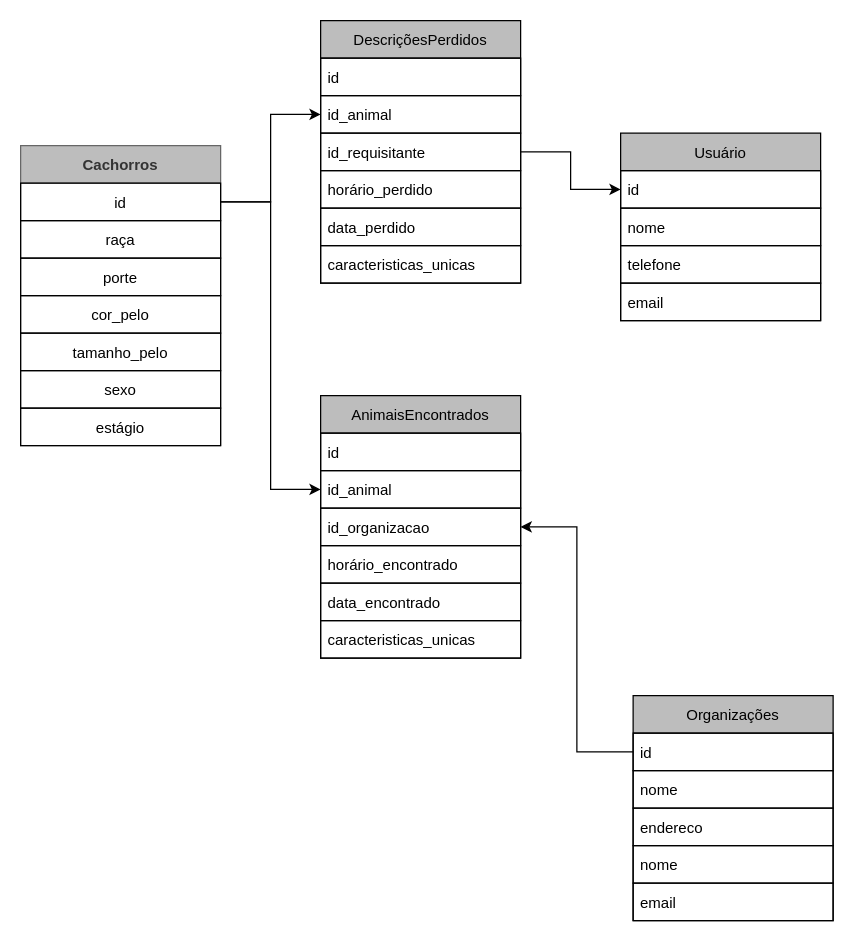
Before: Data model.drawio in mdutras/Auchou-backend, a draw.io diagram. Source tidied: cells renumbered, new cells numbered last; positions are measured from the earlier drawing's top-left corner, leaving out a move shared by most shapes. Both pictures are drawn from the tidied source at 125%, with x=0, y=0 at pixel (20, 20).
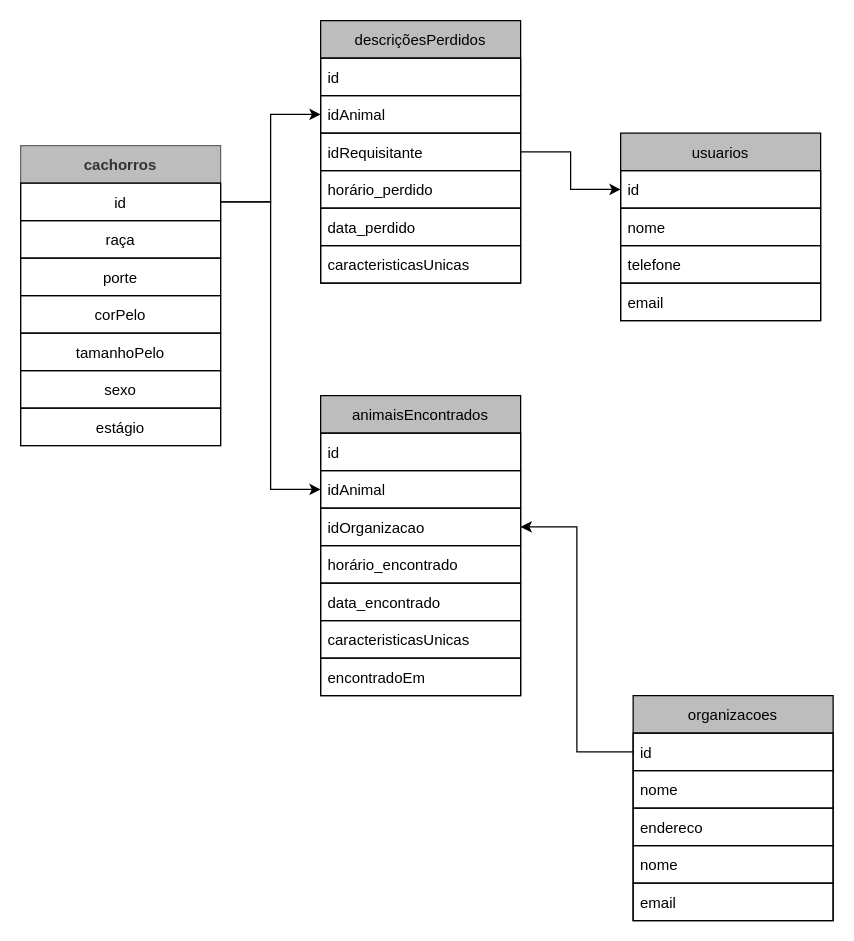
Above is the later version.

The edit, as a diff of the source:
```diff
@@
-    <mxCell id="2" value="Cachorros" style="swimlane;fontStyle=1;horizontal=1;startSize=30;fillColor=#BDBDBD;fontColor=#333333;strokeColor=#666666;gradientColor=none;" parent="1" vertex="1">
+    <mxCell id="2" value="cachorros" style="swimlane;fontStyle=1;horizontal=1;startSize=30;fillColor=#BDBDBD;fontColor=#333333;strokeColor=#666666;gradientColor=none;" parent="1" vertex="1">
       <mxGeometry y="100" width="160" height="240" as="geometry" />
     </mxCell>
@@
-    <mxCell id="6" value="cor_pelo" style="text;strokeColor=default;fillColor=none;align=center;verticalAlign=middle;spacingLeft=4;spacingRight=4;overflow=hidden;" parent="2" vertex="1">
+    <mxCell id="6" value="corPelo" style="text;strokeColor=default;fillColor=none;align=center;verticalAlign=middle;spacingLeft=4;spacingRight=4;overflow=hidden;" parent="2" vertex="1">
       <mxGeometry y="120" width="160" height="30" as="geometry" />
     </mxCell>
-    <mxCell id="7" value="tamanho_pelo" style="text;strokeColor=default;fillColor=none;align=center;verticalAlign=middle;spacingLeft=4;spacingRight=4;overflow=hidden;" parent="2" vertex="1">
+    <mxCell id="7" value="tamanhoPelo" style="text;strokeColor=default;fillColor=none;align=center;verticalAlign=middle;spacingLeft=4;spacingRight=4;overflow=hidden;" parent="2" vertex="1">
       <mxGeometry y="150" width="160" height="30" as="geometry" />
     </mxCell>
@@
-    <mxCell id="10" value="Usuário" style="swimlane;fontStyle=0;horizontal=1;startSize=30;strokeColor=default;fillColor=#BDBDBD;gradientColor=none;" parent="1" vertex="1">
+    <mxCell id="10" value="usuarios" style="swimlane;fontStyle=0;horizontal=1;startSize=30;strokeColor=default;fillColor=#BDBDBD;gradientColor=none;" parent="1" vertex="1">
       <mxGeometry x="480" y="90" width="160" height="150" as="geometry" />
     </mxCell>
@@
-    <mxCell id="16" value="DescriçõesPerdidos" style="swimlane;fontStyle=0;horizontal=1;startSize=30;strokeColor=default;fillColor=#BDBDBD;gradientColor=none;" parent="1" vertex="1">
+    <mxCell id="16" value="descriçõesPerdidos" style="swimlane;fontStyle=0;horizontal=1;startSize=30;strokeColor=default;fillColor=#BDBDBD;gradientColor=none;" parent="1" vertex="1">
       <mxGeometry x="240" width="160" height="210" as="geometry" />
     </mxCell>
@@
-    <mxCell id="18" value="id_animal" style="text;strokeColor=default;fillColor=none;align=left;verticalAlign=middle;spacingLeft=4;spacingRight=4;overflow=hidden;points=[[0,0.5],[1,0.5]];portConstraint=eastwest;" parent="16" vertex="1">
+    <mxCell id="18" value="idAnimal" style="text;strokeColor=default;fillColor=none;align=left;verticalAlign=middle;spacingLeft=4;spacingRight=4;overflow=hidden;points=[[0,0.5],[1,0.5]];portConstraint=eastwest;" parent="16" vertex="1">
       <mxGeometry y="60" width="160" height="30" as="geometry" />
     </mxCell>
-    <mxCell id="19" value="id_requisitante" style="text;strokeColor=default;fillColor=none;align=left;verticalAlign=middle;spacingLeft=4;spacingRight=4;overflow=hidden;" parent="16" vertex="1">
+    <mxCell id="19" value="idRequisitante" style="text;strokeColor=default;fillColor=none;align=left;verticalAlign=middle;spacingLeft=4;spacingRight=4;overflow=hidden;" parent="16" vertex="1">
       <mxGeometry y="90" width="160" height="30" as="geometry" />
     </mxCell>
@@
-    <mxCell id="22" value="caracteristicas_unicas" style="text;strokeColor=default;fillColor=none;align=left;verticalAlign=middle;spacingLeft=4;spacingRight=4;overflow=hidden;" parent="16" vertex="1">
+    <mxCell id="22" value="caracteristicasUnicas" style="text;strokeColor=default;fillColor=none;align=left;verticalAlign=middle;spacingLeft=4;spacingRight=4;overflow=hidden;" parent="16" vertex="1">
       <mxGeometry y="180" width="160" height="30" as="geometry" />
     </mxCell>
-    <mxCell id="23" value="AnimaisEncontrados" style="swimlane;fontStyle=0;horizontal=1;startSize=30;strokeColor=default;fillColor=#BDBDBD;gradientColor=none;" parent="1" vertex="1">
-      <mxGeometry x="240" y="300" width="160" height="210" as="geometry" />
+    <mxCell id="23" value="animaisEncontrados" style="swimlane;fontStyle=0;horizontal=1;startSize=30;strokeColor=default;fillColor=#BDBDBD;gradientColor=none;" parent="1" vertex="1">
+      <mxGeometry x="240" y="300" width="160" height="240" as="geometry" />
     </mxCell>
@@
-    <mxCell id="25" value="id_animal" style="text;strokeColor=default;fillColor=none;align=left;verticalAlign=middle;spacingLeft=4;spacingRight=4;overflow=hidden;points=[[0,0.5],[1,0.5]];portConstraint=eastwest;" parent="23" vertex="1">
+    <mxCell id="25" value="idAnimal" style="text;strokeColor=default;fillColor=none;align=left;verticalAlign=middle;spacingLeft=4;spacingRight=4;overflow=hidden;points=[[0,0.5],[1,0.5]];portConstraint=eastwest;" parent="23" vertex="1">
       <mxGeometry y="60" width="160" height="30" as="geometry" />
     </mxCell>
-    <mxCell id="26" value="id_organizacao" style="text;strokeColor=default;fillColor=none;align=left;verticalAlign=middle;spacingLeft=4;spacingRight=4;overflow=hidden;points=[[0,0.5],[1,0.5]];portConstraint=eastwest;" parent="23" vertex="1">
+    <mxCell id="26" value="idOrganizacao" style="text;strokeColor=default;fillColor=none;align=left;verticalAlign=middle;spacingLeft=4;spacingRight=4;overflow=hidden;points=[[0,0.5],[1,0.5]];portConstraint=eastwest;" parent="23" vertex="1">
       <mxGeometry y="90" width="160" height="30" as="geometry" />
     </mxCell>
@@
-    <mxCell id="29" value="caracteristicas_unicas" style="text;strokeColor=default;fillColor=none;align=left;verticalAlign=middle;spacingLeft=4;spacingRight=4;overflow=hidden;" parent="23" vertex="1">
+    <mxCell id="29" value="caracteristicasUnicas" style="text;strokeColor=default;fillColor=none;align=left;verticalAlign=middle;spacingLeft=4;spacingRight=4;overflow=hidden;" parent="23" vertex="1">
       <mxGeometry y="180" width="160" height="30" as="geometry" />
     </mxCell>
+    <mxCell id="39" value="encontradoEm" style="text;strokeColor=default;fillColor=none;align=left;verticalAlign=middle;spacingLeft=4;spacingRight=4;overflow=hidden;" parent="23" vertex="1">
+      <mxGeometry y="210" width="160" height="30" as="geometry" />
+    </mxCell>
-    <mxCell id="30" value="Organizações" style="swimlane;fontStyle=0;horizontal=1;startSize=30;strokeColor=default;fillColor=#BDBDBD;gradientColor=none;" parent="1" vertex="1">
+    <mxCell id="30" value="organizacoes" style="swimlane;fontStyle=0;horizontal=1;startSize=30;strokeColor=default;fillColor=#BDBDBD;gradientColor=none;" parent="1" vertex="1">
       <mxGeometry x="490" y="540" width="160" height="180" as="geometry" />
     </mxCell>
```
